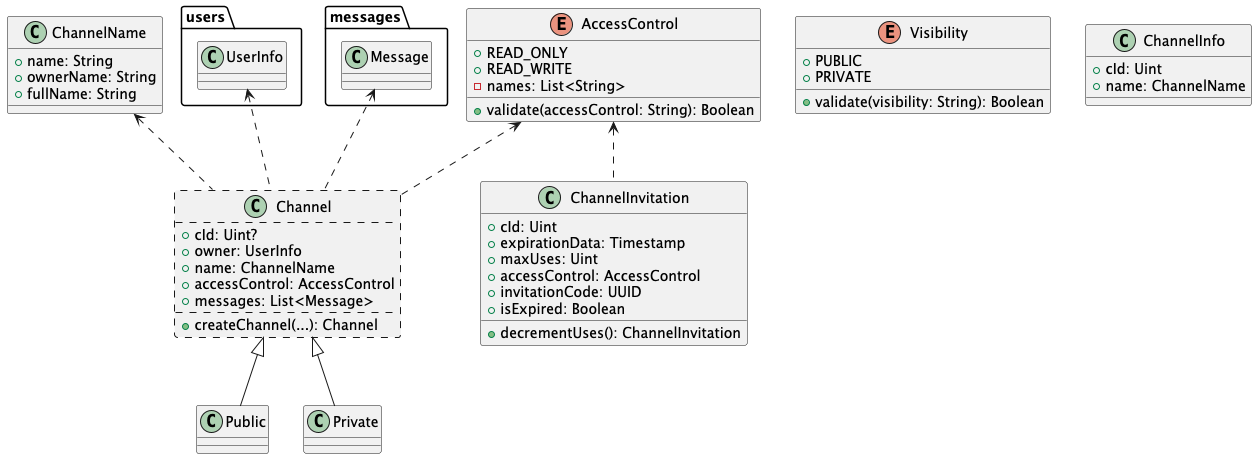
Brgm37/Multi-user-Instant-Messaging-system keeps this PlantUML diagram as docs/umls/domain/model/ChannelsUml.png. Above is the earlier version. Its diagram source:
```plantuml
@startuml
class Channel #line.dashed
{
    + cId: Uint?
    + owner: UserInfo
    + name: ChannelName
    + accessControl: AccessControl
    + messages: List<Message>
    + createChannel(...): Channel
}

namespace users {
    class UserInfo
}

namespace messages {
    class Message
}

class Public
class Private

class ChannelName
{
    + name: String
    + ownerName: String
    + fullName: String
}

enum AccessControl
{
    + READ_ONLY
    + READ_WRITE
    - names: List<String>
    + validate(accessControl: String): Boolean
}

enum Visibility
{
    + PUBLIC
    + PRIVATE
    + validate(visibility: String): Boolean
}

class ChannelInfo
{
    + cId: Uint
    + name: ChannelName
}

class ChannelInvitation
{
    + cId: Uint
    + expirationData: Timestamp
    + maxUses: Uint
    + accessControl: AccessControl
    + invitationCode: UUID
    + isExpired: Boolean
    + decrementUses(): ChannelInvitation
}

Channel <|-- Public
Channel <|-- Private

ChannelName <.. Channel
AccessControl <.. Channel
UserInfo <.. Channel
Message <.. Channel
AccessControl <.. ChannelInvitation
@enduml
```
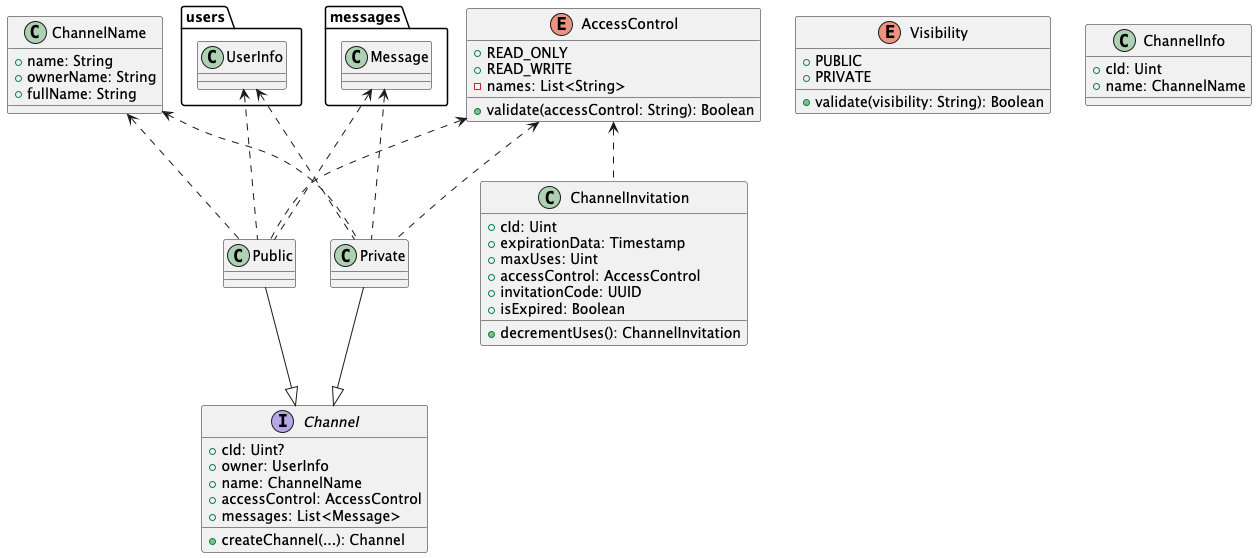
Later version of the same file.

Diff of the diagram source:
```diff
@@ -1,5 +1,5 @@
 @startuml
-class Channel #line.dashed
+interface Channel
 {
     + cId: Uint?
     + owner: UserInfo
@@ -59,12 +59,16 @@
     + decrementUses(): ChannelInvitation
 }
 
-Channel <|-- Public
-Channel <|-- Private
+Public --|> Channel
+Private --|> Channel
 
-ChannelName <.. Channel
-AccessControl <.. Channel
-UserInfo <.. Channel
-Message <.. Channel
+ChannelName <.. Public
+ChannelName <.. Private
+AccessControl <.. Public
+AccessControl <.. Private
+UserInfo <.. Public
+UserInfo <.. Private
+Message <.. Public
+Message <.. Private
 AccessControl <.. ChannelInvitation
 @enduml
```
